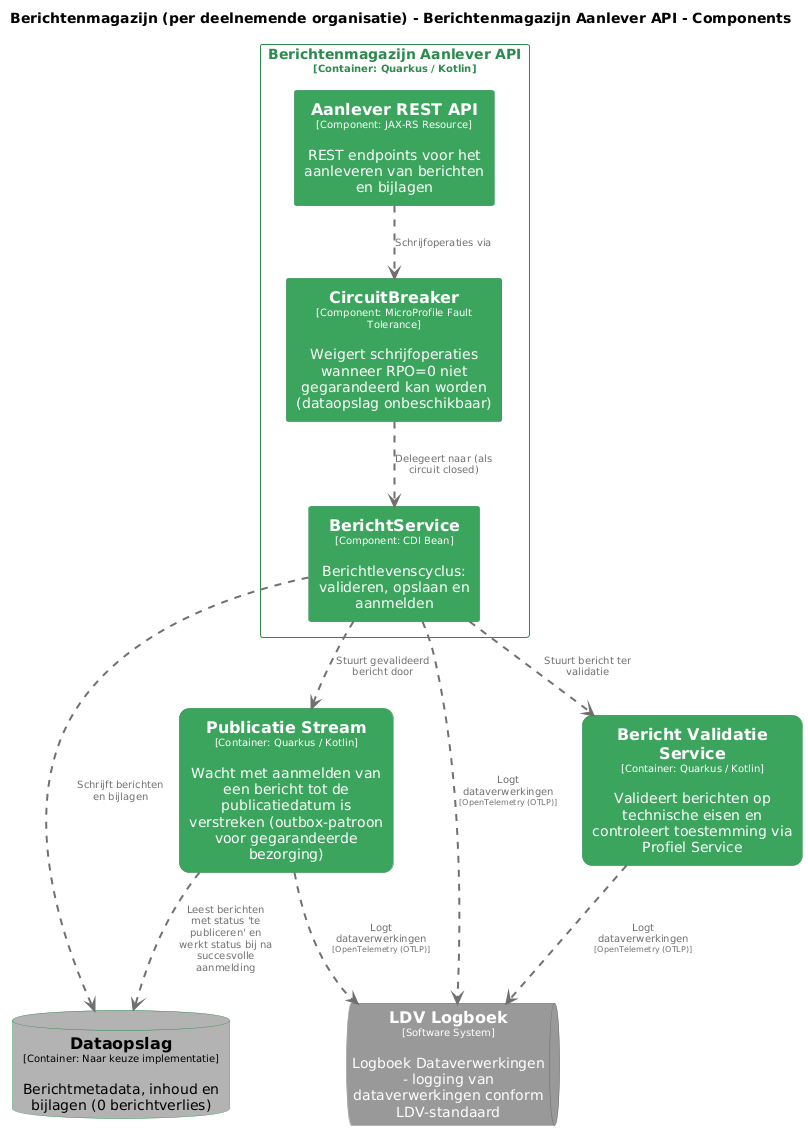
Above: pr-preview/pr-22/master/png/AanleverAPIComponenten.png in MinBZK/moza-poc-fbs-berichtenbox (PlantUML), before the change. Source of this version:
```plantuml
@startuml
set separator none
title Berichtenmagazijn (per deelnemende organisatie) - Berichtenmagazijn Aanlever API - Components

top to bottom direction
skinparam ranksep 60
skinparam nodesep 30

skinparam {
  arrowFontSize 10
  defaultTextAlignment center
  wrapWidth 200
  maxMessageSize 100
}

hide stereotype

skinparam rectangle<<Berichtenmagazijnperdeelnemendeorganisatie.BerichtenmagazijnAanleverAPI.AanleverRESTAPI>> {
  BackgroundColor #3ba55d
  FontColor #ffffff
  BorderColor #2d8a4e
  shadowing false
}
skinparam rectangle<<Berichtenmagazijnperdeelnemendeorganisatie.BerichtValidatieService>> {
  BackgroundColor #3ba55d
  FontColor #ffffff
  BorderColor #2d8a4e
  roundCorner 20
  shadowing false
}
skinparam rectangle<<Berichtenmagazijnperdeelnemendeorganisatie.BerichtenmagazijnAanleverAPI.BerichtService>> {
  BackgroundColor #3ba55d
  FontColor #ffffff
  BorderColor #2d8a4e
  shadowing false
}
skinparam rectangle<<Berichtenmagazijnperdeelnemendeorganisatie.BerichtenmagazijnAanleverAPI.CircuitBreaker>> {
  BackgroundColor #3ba55d
  FontColor #ffffff
  BorderColor #2d8a4e
  shadowing false
}
skinparam database<<Berichtenmagazijnperdeelnemendeorganisatie.Dataopslag>> {
  BackgroundColor #b3b3b3
  FontColor #000000
  BorderColor #2d8a4e
  shadowing false
}
skinparam queue<<LDVLogboek>> {
  BackgroundColor #999999
  FontColor #ffffff
  BorderColor #6b6b6b
  shadowing false
}
skinparam rectangle<<Berichtenmagazijnperdeelnemendeorganisatie.PublicatieStream>> {
  BackgroundColor #3ba55d
  FontColor #ffffff
  BorderColor #2d8a4e
  roundCorner 20
  shadowing false
}
skinparam rectangle<<Berichtenmagazijnperdeelnemendeorganisatie.BerichtenmagazijnAanleverAPI>> {
  BorderColor #2d8a4e
  FontColor #2d8a4e
  shadowing false
}

database "==Dataopslag\n<size:10>[Container: Naar keuze implementatie]</size>\n\nBerichtmetadata, inhoud en bijlagen (0 berichtverlies)" <<Berichtenmagazijnperdeelnemendeorganisatie.Dataopslag>> as Berichtenmagazijnperdeelnemendeorganisatie.Dataopslag
rectangle "==Bericht Validatie Service\n<size:10>[Container: Quarkus / Kotlin]</size>\n\nValideert berichten op technische eisen en controleert toestemming via Profiel Service" <<Berichtenmagazijnperdeelnemendeorganisatie.BerichtValidatieService>> as Berichtenmagazijnperdeelnemendeorganisatie.BerichtValidatieService
rectangle "==Publicatie Stream\n<size:10>[Container: Quarkus / Kotlin]</size>\n\nWacht met aanmelden van een bericht tot de publicatiedatum is verstreken (outbox-patroon voor gegarandeerde bezorging)" <<Berichtenmagazijnperdeelnemendeorganisatie.PublicatieStream>> as Berichtenmagazijnperdeelnemendeorganisatie.PublicatieStream
queue "==LDV Logboek\n<size:10>[Software System]</size>\n\nLogboek Dataverwerkingen - logging van dataverwerkingen conform LDV-standaard" <<LDVLogboek>> as LDVLogboek

rectangle "Berichtenmagazijn Aanlever API\n<size:10>[Container: Quarkus / Kotlin]</size>" <<Berichtenmagazijnperdeelnemendeorganisatie.BerichtenmagazijnAanleverAPI>> {
  rectangle "==Aanlever REST API\n<size:10>[Component: JAX-RS Resource]</size>\n\nREST endpoints voor het aanleveren van berichten en bijlagen" <<Berichtenmagazijnperdeelnemendeorganisatie.BerichtenmagazijnAanleverAPI.AanleverRESTAPI>> as Berichtenmagazijnperdeelnemendeorganisatie.BerichtenmagazijnAanleverAPI.AanleverRESTAPI
  rectangle "==CircuitBreaker\n<size:10>[Component: MicroProfile Fault Tolerance]</size>\n\nWeigert schrijfoperaties wanneer RPO=0 niet gegarandeerd kan worden (dataopslag onbeschikbaar)" <<Berichtenmagazijnperdeelnemendeorganisatie.BerichtenmagazijnAanleverAPI.CircuitBreaker>> as Berichtenmagazijnperdeelnemendeorganisatie.BerichtenmagazijnAanleverAPI.CircuitBreaker
  rectangle "==BerichtService\n<size:10>[Component: CDI Bean]</size>\n\nBerichtlevenscyclus: valideren, opslaan en aanmelden" <<Berichtenmagazijnperdeelnemendeorganisatie.BerichtenmagazijnAanleverAPI.BerichtService>> as Berichtenmagazijnperdeelnemendeorganisatie.BerichtenmagazijnAanleverAPI.BerichtService
}

Berichtenmagazijnperdeelnemendeorganisatie.BerichtenmagazijnAanleverAPI.BerichtService .[#707070,thickness=2].> LDVLogboek : "<color:#707070>Logt dataverwerkingen\n<color:#707070><size:8>[OpenTelemetry (OTLP)]</size>"
Berichtenmagazijnperdeelnemendeorganisatie.BerichtValidatieService .[#707070,thickness=2].> LDVLogboek : "<color:#707070>Logt dataverwerkingen\n<color:#707070><size:8>[OpenTelemetry (OTLP)]</size>"
Berichtenmagazijnperdeelnemendeorganisatie.PublicatieStream .[#707070,thickness=2].> LDVLogboek : "<color:#707070>Logt dataverwerkingen\n<color:#707070><size:8>[OpenTelemetry (OTLP)]</size>"
Berichtenmagazijnperdeelnemendeorganisatie.BerichtenmagazijnAanleverAPI.AanleverRESTAPI .[#707070,thickness=2].> Berichtenmagazijnperdeelnemendeorganisatie.BerichtenmagazijnAanleverAPI.CircuitBreaker : "<color:#707070>Schrijfoperaties via"
Berichtenmagazijnperdeelnemendeorganisatie.BerichtenmagazijnAanleverAPI.CircuitBreaker .[#707070,thickness=2].> Berichtenmagazijnperdeelnemendeorganisatie.BerichtenmagazijnAanleverAPI.BerichtService : "<color:#707070>Delegeert naar (als circuit closed)"
Berichtenmagazijnperdeelnemendeorganisatie.BerichtenmagazijnAanleverAPI.BerichtService .[#707070,thickness=2].> Berichtenmagazijnperdeelnemendeorganisatie.Dataopslag : "<color:#707070>Schrijft berichten en bijlagen"
Berichtenmagazijnperdeelnemendeorganisatie.BerichtenmagazijnAanleverAPI.BerichtService .[#707070,thickness=2].> Berichtenmagazijnperdeelnemendeorganisatie.BerichtValidatieService : "<color:#707070>Stuurt bericht ter validatie"
Berichtenmagazijnperdeelnemendeorganisatie.BerichtenmagazijnAanleverAPI.BerichtService .[#707070,thickness=2].> Berichtenmagazijnperdeelnemendeorganisatie.PublicatieStream : "<color:#707070>Stuurt gevalideerd bericht door"
Berichtenmagazijnperdeelnemendeorganisatie.PublicatieStream .[#707070,thickness=2].> Berichtenmagazijnperdeelnemendeorganisatie.Dataopslag : "<color:#707070>Leest berichten met status 'te publiceren' en werkt status bij na succesvolle aanmelding"
@enduml
```
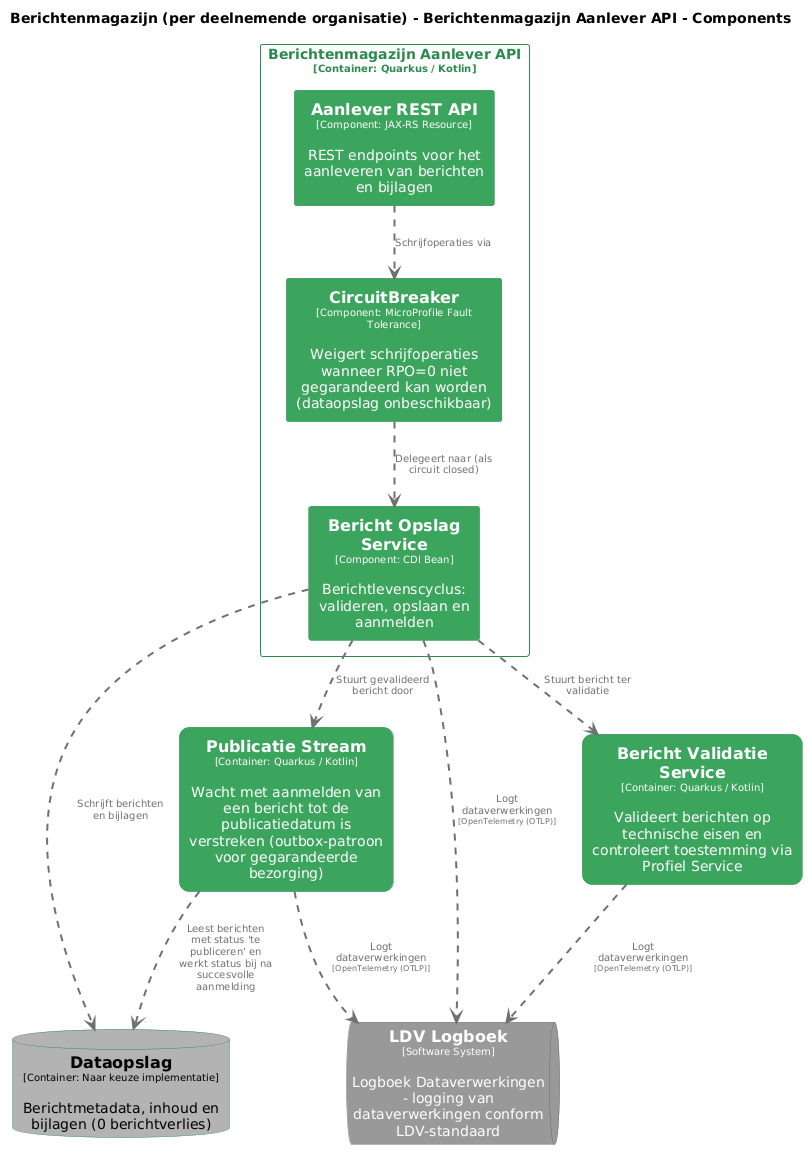
Later version of the same file.

Diff of the diagram source:
```diff
@@ -21,17 +21,17 @@
   BorderColor #2d8a4e
   shadowing false
 }
+skinparam rectangle<<Berichtenmagazijnperdeelnemendeorganisatie.BerichtenmagazijnAanleverAPI.BerichtOpslagService>> {
+  BackgroundColor #3ba55d
+  FontColor #ffffff
+  BorderColor #2d8a4e
+  shadowing false
+}
 skinparam rectangle<<Berichtenmagazijnperdeelnemendeorganisatie.BerichtValidatieService>> {
   BackgroundColor #3ba55d
   FontColor #ffffff
   BorderColor #2d8a4e
   roundCorner 20
-  shadowing false
-}
-skinparam rectangle<<Berichtenmagazijnperdeelnemendeorganisatie.BerichtenmagazijnAanleverAPI.BerichtService>> {
-  BackgroundColor #3ba55d
-  FontColor #ffffff
-  BorderColor #2d8a4e
   shadowing false
 }
 skinparam rectangle<<Berichtenmagazijnperdeelnemendeorganisatie.BerichtenmagazijnAanleverAPI.CircuitBreaker>> {
@@ -73,16 +73,16 @@
 rectangle "Berichtenmagazijn Aanlever API\n<size:10>[Container: Quarkus / Kotlin]</size>" <<Berichtenmagazijnperdeelnemendeorganisatie.BerichtenmagazijnAanleverAPI>> {
   rectangle "==Aanlever REST API\n<size:10>[Component: JAX-RS Resource]</size>\n\nREST endpoints voor het aanleveren van berichten en bijlagen" <<Berichtenmagazijnperdeelnemendeorganisatie.BerichtenmagazijnAanleverAPI.AanleverRESTAPI>> as Berichtenmagazijnperdeelnemendeorganisatie.BerichtenmagazijnAanleverAPI.AanleverRESTAPI
   rectangle "==CircuitBreaker\n<size:10>[Component: MicroProfile Fault Tolerance]</size>\n\nWeigert schrijfoperaties wanneer RPO=0 niet gegarandeerd kan worden (dataopslag onbeschikbaar)" <<Berichtenmagazijnperdeelnemendeorganisatie.BerichtenmagazijnAanleverAPI.CircuitBreaker>> as Berichtenmagazijnperdeelnemendeorganisatie.BerichtenmagazijnAanleverAPI.CircuitBreaker
-  rectangle "==BerichtService\n<size:10>[Component: CDI Bean]</size>\n\nBerichtlevenscyclus: valideren, opslaan en aanmelden" <<Berichtenmagazijnperdeelnemendeorganisatie.BerichtenmagazijnAanleverAPI.BerichtService>> as Berichtenmagazijnperdeelnemendeorganisatie.BerichtenmagazijnAanleverAPI.BerichtService
+  rectangle "==Bericht Opslag Service\n<size:10>[Component: CDI Bean]</size>\n\nBerichtlevenscyclus: valideren, opslaan en aanmelden" <<Berichtenmagazijnperdeelnemendeorganisatie.BerichtenmagazijnAanleverAPI.BerichtOpslagService>> as Berichtenmagazijnperdeelnemendeorganisatie.BerichtenmagazijnAanleverAPI.BerichtOpslagService
 }
 
-Berichtenmagazijnperdeelnemendeorganisatie.BerichtenmagazijnAanleverAPI.BerichtService .[#707070,thickness=2].> LDVLogboek : "<color:#707070>Logt dataverwerkingen\n<color:#707070><size:8>[OpenTelemetry (OTLP)]</size>"
+Berichtenmagazijnperdeelnemendeorganisatie.BerichtenmagazijnAanleverAPI.BerichtOpslagService .[#707070,thickness=2].> LDVLogboek : "<color:#707070>Logt dataverwerkingen\n<color:#707070><size:8>[OpenTelemetry (OTLP)]</size>"
 Berichtenmagazijnperdeelnemendeorganisatie.BerichtValidatieService .[#707070,thickness=2].> LDVLogboek : "<color:#707070>Logt dataverwerkingen\n<color:#707070><size:8>[OpenTelemetry (OTLP)]</size>"
 Berichtenmagazijnperdeelnemendeorganisatie.PublicatieStream .[#707070,thickness=2].> LDVLogboek : "<color:#707070>Logt dataverwerkingen\n<color:#707070><size:8>[OpenTelemetry (OTLP)]</size>"
 Berichtenmagazijnperdeelnemendeorganisatie.BerichtenmagazijnAanleverAPI.AanleverRESTAPI .[#707070,thickness=2].> Berichtenmagazijnperdeelnemendeorganisatie.BerichtenmagazijnAanleverAPI.CircuitBreaker : "<color:#707070>Schrijfoperaties via"
-Berichtenmagazijnperdeelnemendeorganisatie.BerichtenmagazijnAanleverAPI.CircuitBreaker .[#707070,thickness=2].> Berichtenmagazijnperdeelnemendeorganisatie.BerichtenmagazijnAanleverAPI.BerichtService : "<color:#707070>Delegeert naar (als circuit closed)"
-Berichtenmagazijnperdeelnemendeorganisatie.BerichtenmagazijnAanleverAPI.BerichtService .[#707070,thickness=2].> Berichtenmagazijnperdeelnemendeorganisatie.Dataopslag : "<color:#707070>Schrijft berichten en bijlagen"
-Berichtenmagazijnperdeelnemendeorganisatie.BerichtenmagazijnAanleverAPI.BerichtService .[#707070,thickness=2].> Berichtenmagazijnperdeelnemendeorganisatie.BerichtValidatieService : "<color:#707070>Stuurt bericht ter validatie"
-Berichtenmagazijnperdeelnemendeorganisatie.BerichtenmagazijnAanleverAPI.BerichtService .[#707070,thickness=2].> Berichtenmagazijnperdeelnemendeorganisatie.PublicatieStream : "<color:#707070>Stuurt gevalideerd bericht door"
+Berichtenmagazijnperdeelnemendeorganisatie.BerichtenmagazijnAanleverAPI.CircuitBreaker .[#707070,thickness=2].> Berichtenmagazijnperdeelnemendeorganisatie.BerichtenmagazijnAanleverAPI.BerichtOpslagService : "<color:#707070>Delegeert naar (als circuit closed)"
+Berichtenmagazijnperdeelnemendeorganisatie.BerichtenmagazijnAanleverAPI.BerichtOpslagService .[#707070,thickness=2].> Berichtenmagazijnperdeelnemendeorganisatie.Dataopslag : "<color:#707070>Schrijft berichten en bijlagen"
+Berichtenmagazijnperdeelnemendeorganisatie.BerichtenmagazijnAanleverAPI.BerichtOpslagService .[#707070,thickness=2].> Berichtenmagazijnperdeelnemendeorganisatie.BerichtValidatieService : "<color:#707070>Stuurt bericht ter validatie"
+Berichtenmagazijnperdeelnemendeorganisatie.BerichtenmagazijnAanleverAPI.BerichtOpslagService .[#707070,thickness=2].> Berichtenmagazijnperdeelnemendeorganisatie.PublicatieStream : "<color:#707070>Stuurt gevalideerd bericht door"
 Berichtenmagazijnperdeelnemendeorganisatie.PublicatieStream .[#707070,thickness=2].> Berichtenmagazijnperdeelnemendeorganisatie.Dataopslag : "<color:#707070>Leest berichten met status 'te publiceren' en werkt status bij na succesvolle aanmelding"
 @enduml
```
